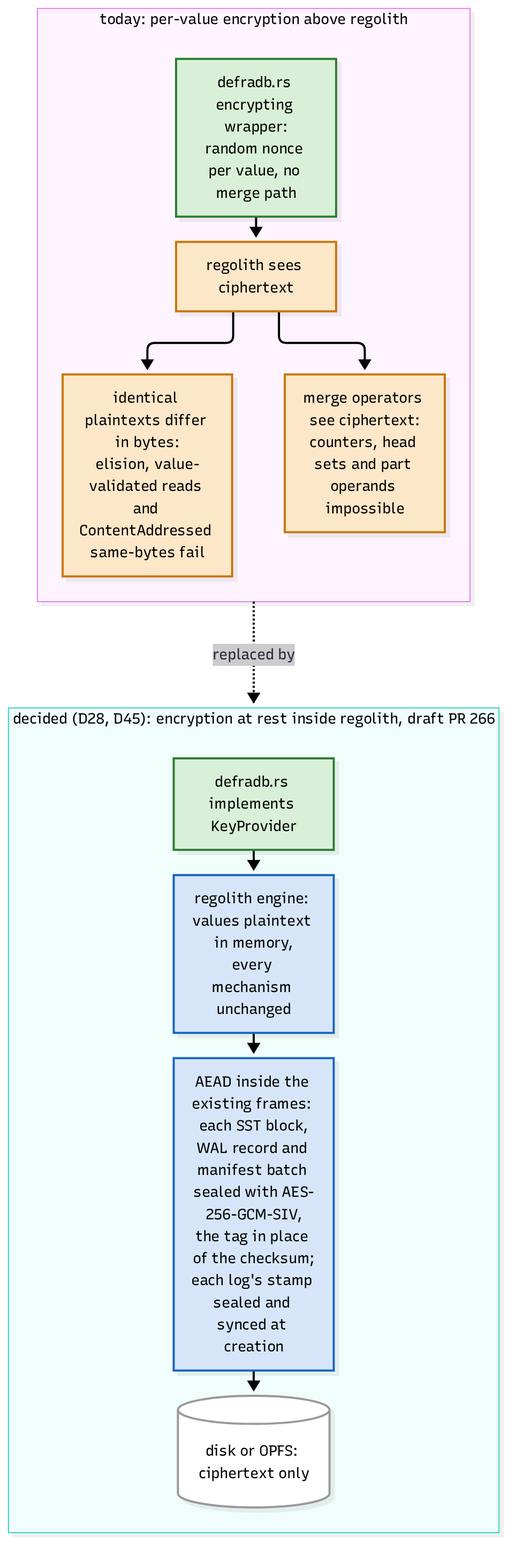
This is docs/book/src/diagrams/15-encryption.png from ChrisBQu/defradb.rs, a Mermaid export, as it was before one commit. Its source is kept beside it as docs/book/src/diagrams/15-encryption.mermaid.
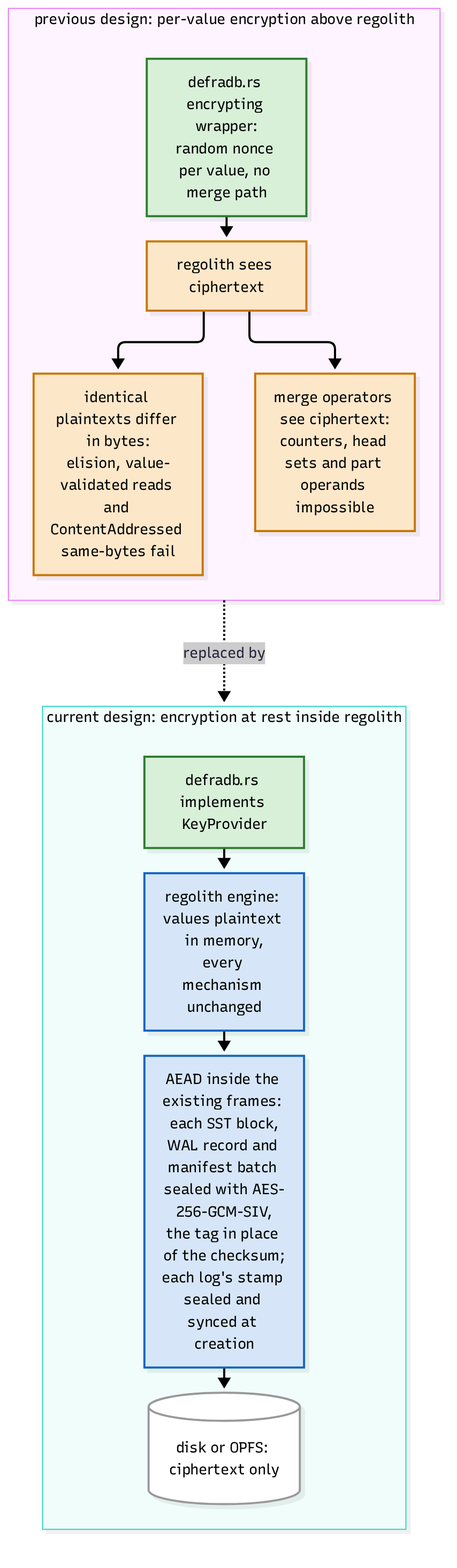
The same file after the commit.

The edit, as a diff of the source:
```diff
@@ -4,19 +4,19 @@
     classDef bad fill:#fde7c9,stroke:#c77700,color:#000
     classDef disk fill:#ffffff,stroke:#999999,color:#000
 
-    subgraph TODAY["today: per-value encryption above regolith"]
+    subgraph PREVIOUS["previous design: per-value encryption above regolith"]
         A1["defradb.rs encrypting wrapper:<br/>random nonce per value, no merge path"] --> A2["regolith sees ciphertext"]
         A2 --> A3["identical plaintexts differ in bytes:<br/>elision, value-validated reads and ContentAddressed same-bytes fail"]
         A2 --> A4["merge operators see ciphertext:<br/>counters, head sets and part operands impossible"]
     end
 
-    subgraph D28["decided (D28, D45): encryption at rest inside regolith, draft PR 266"]
+    subgraph NOW["current design: encryption at rest inside regolith"]
         B1["defradb.rs implements KeyProvider"] --> B2["regolith engine: values plaintext in memory,<br/>every mechanism unchanged"]
         B2 --> B3["AEAD inside the existing frames: each SST block,<br/>WAL record and manifest batch sealed with AES-256-GCM-SIV,<br/>the tag in place of the checksum;<br/>each log's stamp sealed and synced at creation"]
         B3 --> B4[("disk or OPFS: ciphertext only")]
     end
 
-    TODAY -.->|"replaced by"| D28
+    PREVIOUS -.->|"replaced by"| NOW
 
     class A1 defra
     class A2,A3,A4 bad
```
